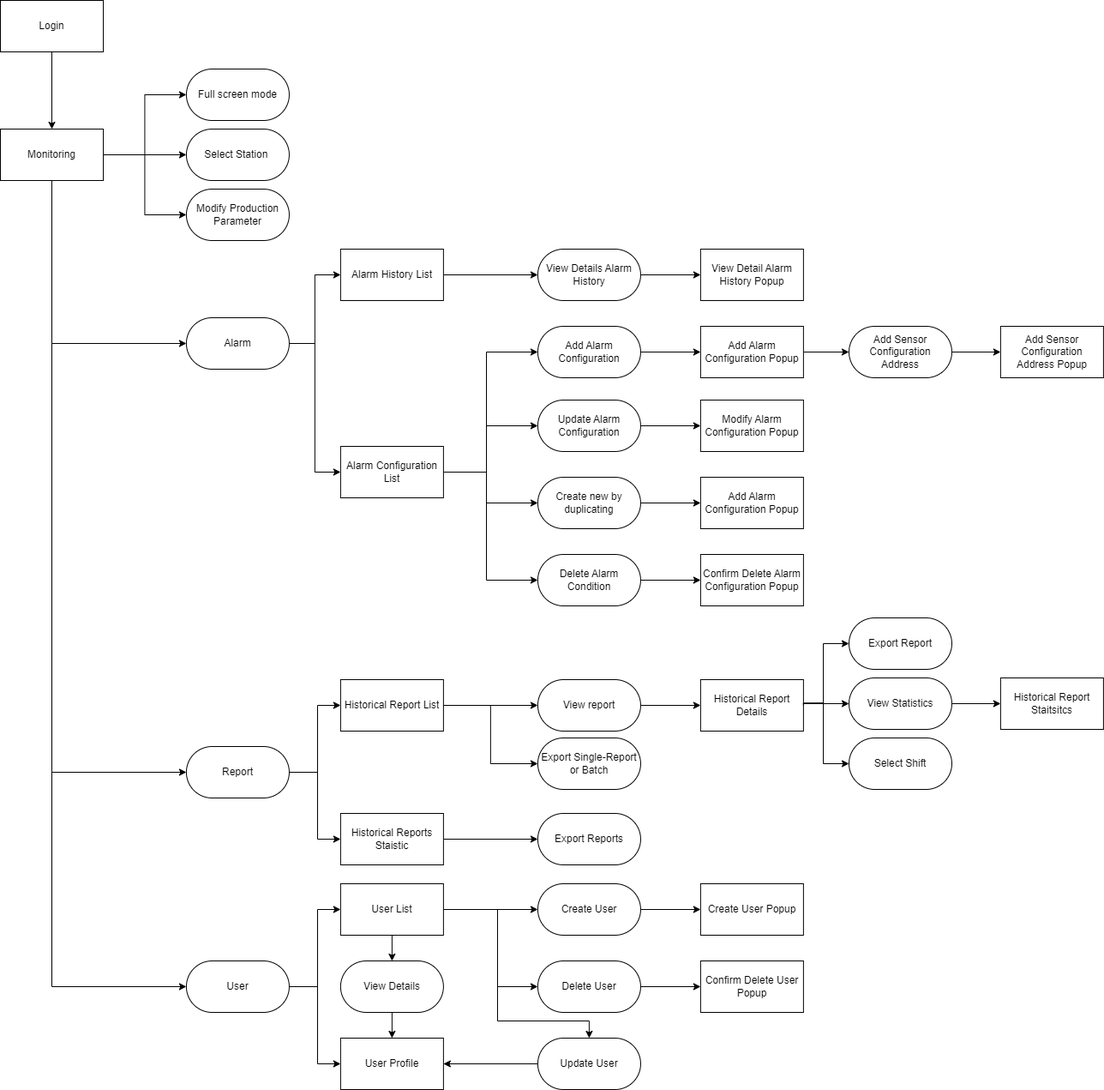
The draw.io diagram Report7/SRS/FunctionalRequirement/SystemFunctionalOverview/screen-flow-T4-22.drawio.png in f-pms/Document, before a commit. Source tidied: cells renumbered, new cells last; positions are measured from the earlier drawing's top-left corner, leaving out a move shared by most shapes.
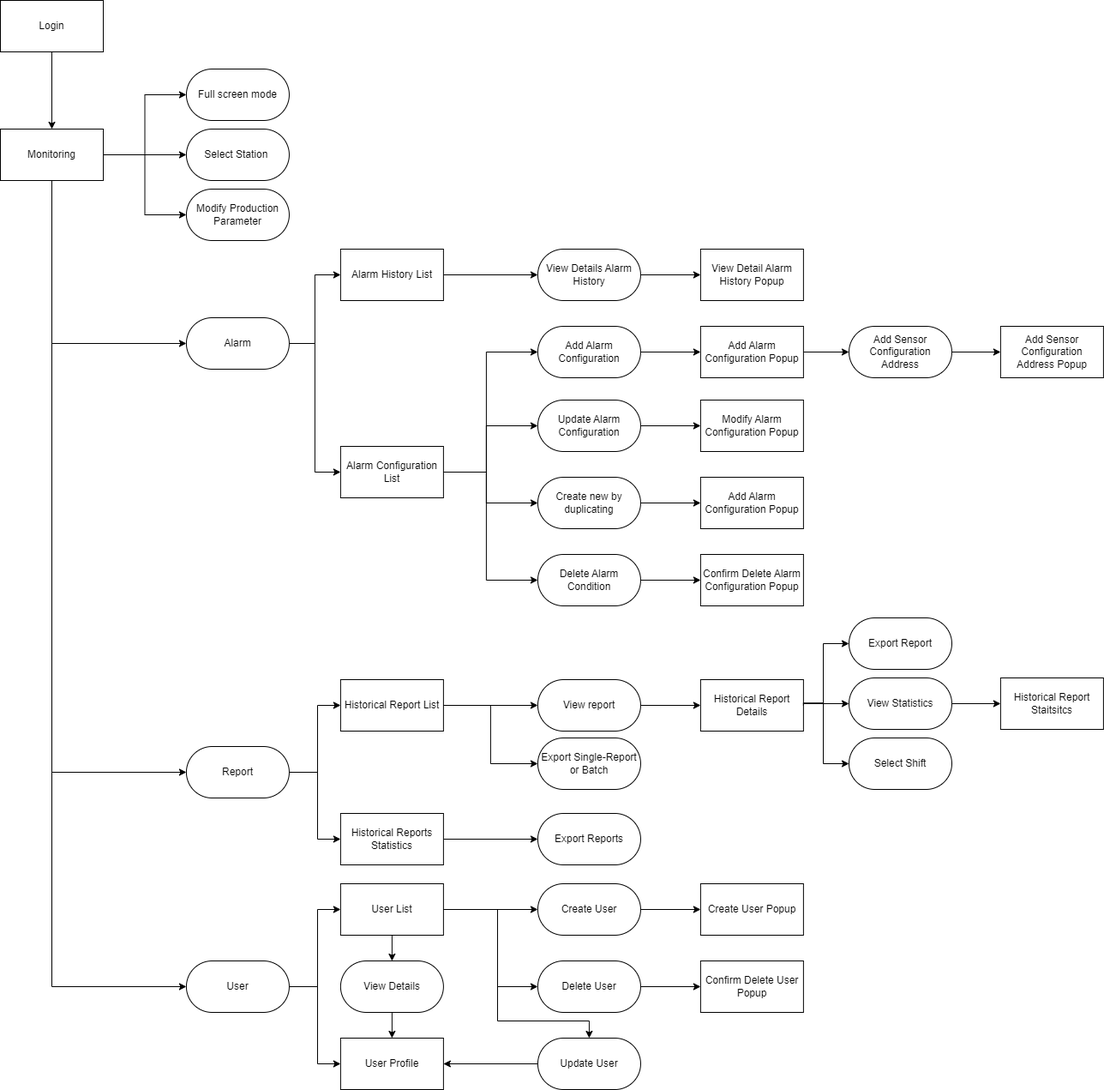
After the commit.

Commit message:
Kirin: fix typo of screen flow (#20)

Diff of the diagram source:
```diff
@@ -245,7 +245,7 @@
     <mxCell id="71" style="edgeStyle=orthogonalEdgeStyle;rounded=0;jettySize=auto;html=1;" parent="1" edge="1" source="72" target="50">
       <mxGeometry relative="1" as="geometry" />
     </mxCell>
-    <mxCell id="72" value="Historical Reports Staistic" style="rounded=0;whiteSpace=wrap;html=1;" parent="1" vertex="1">
+    <mxCell id="72" value="Historical Reports Statistics" style="rounded=0;whiteSpace=wrap;html=1;" parent="1" vertex="1">
       <mxGeometry x="396.9" y="948" width="120" height="60" as="geometry" />
     </mxCell>
     <mxCell id="73" style="edgeStyle=orthogonalEdgeStyle;rounded=0;jettySize=auto;html=1;exitX=0.5;exitY=1;exitDx=0;exitDy=0;entryX=0;entryY=0.5;entryDx=0;entryDy=0;" parent="1" edge="1" source="6" target="39">
```
